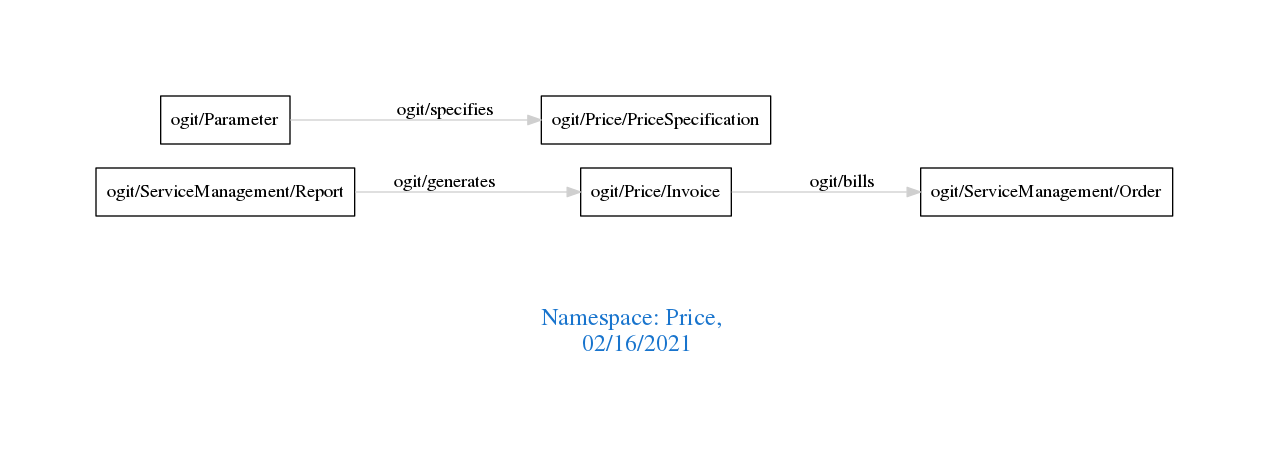
Earlier version of the Graphviz export downloads/Price.png (arago/OGIT). Its source is kept beside it as downloads/Price.dot.
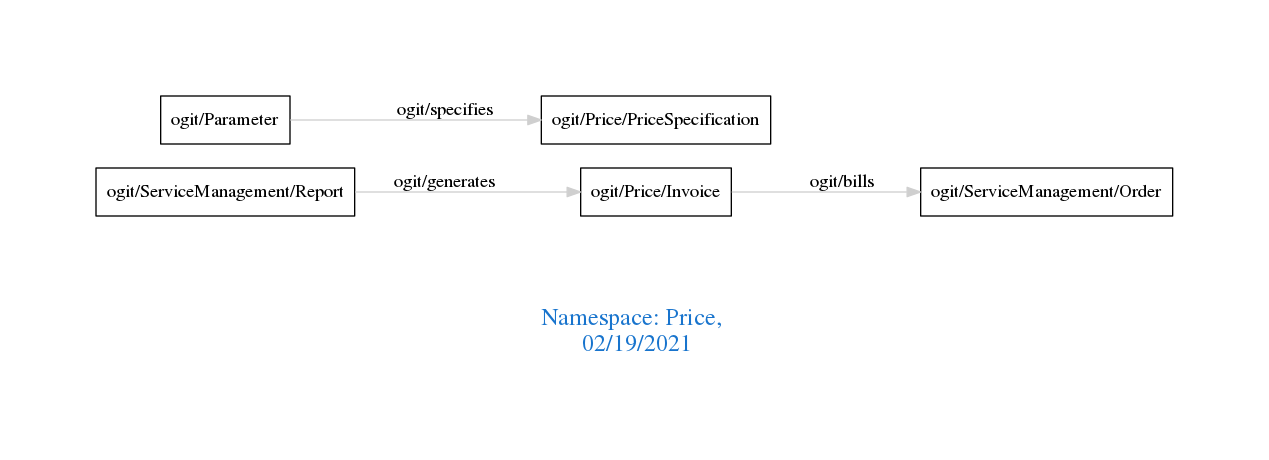
The same file after the commit.

What changed in the source:
```diff
@@ -1,7 +1,7 @@
 digraph OGIT_ontology {
  graph [ rankdir= LR,pad=1
 fontsize = 18,
-fontcolor= dodgerblue3,label = "\n\n\nNamespace: Price, \n 02/16/2021"];
+fontcolor= dodgerblue3,label = "\n\n\nNamespace: Price, \n 02/19/2021"];
 node[shape=polygon];
 edge [  color="gray81"];
 
```
